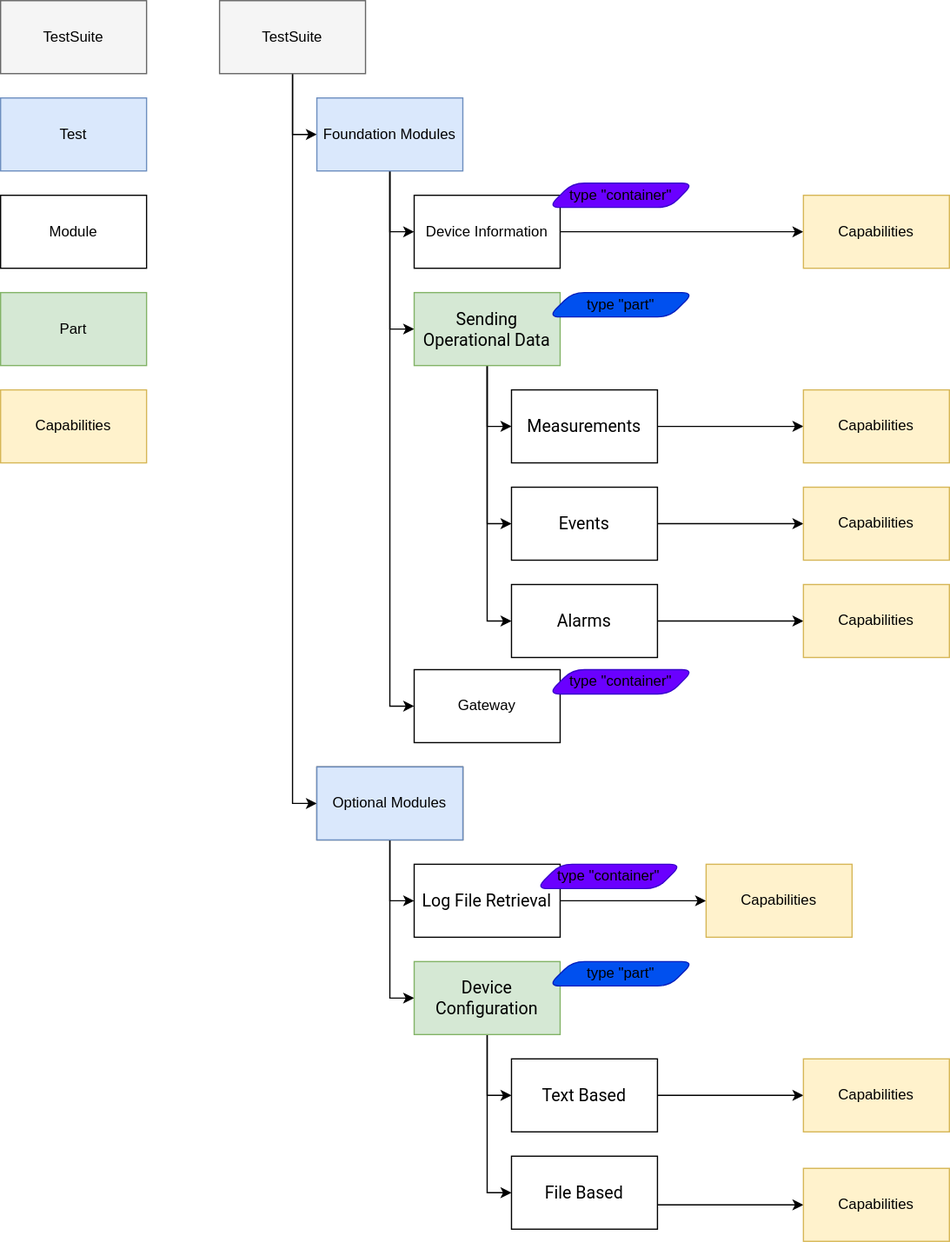
SoftwareAG/cumulocity-self-service-certification keeps this draw.io diagram as docs/media/model.drawio.svg. Above is the earlier version. Source tidied: cells renumbered, new cells last; positions are measured from the earlier drawing's top-left corner, leaving out a move shared by most shapes.
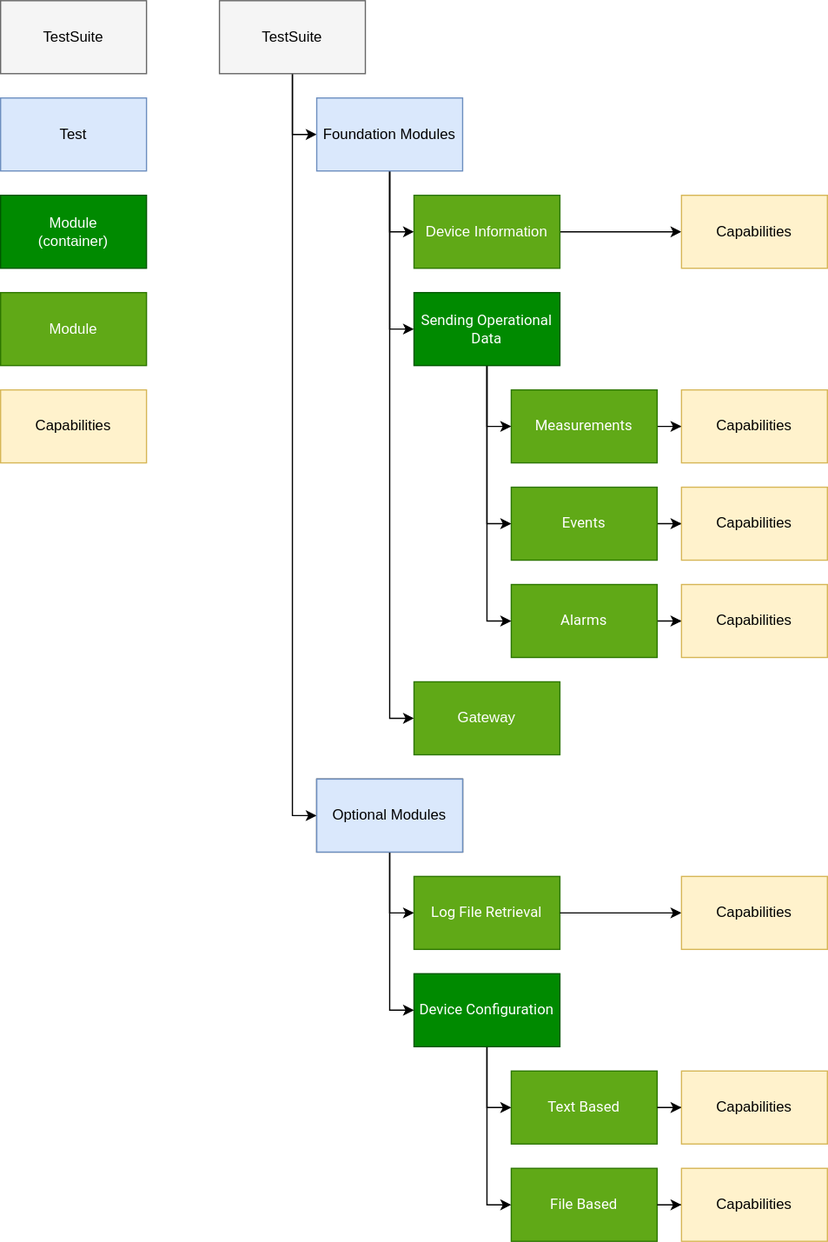
The same diagram one commit later.

Commit message:
adjusted informationmodel and related diagram due to proposed change in module/parts layer

Diff of the diagram source:
```diff
@@ -27,49 +27,49 @@
       <mxGeometry relative="1" as="geometry" />
     </mxCell>
     <mxCell id="10" value="Optional Modules" style="rounded=0;whiteSpace=wrap;html=1;fontColor=#000000;" parent="1" vertex="1">
-      <mxGeometry x="260" y="630" width="120" height="60" as="geometry" />
+      <mxGeometry x="260" y="640" width="120" height="60" as="geometry" />
     </mxCell>
     <mxCell id="11" style="edgeStyle=orthogonalEdgeStyle;rounded=0;jettySize=auto;html=1;fontColor=#000000;" parent="1" edge="1" source="12" target="22">
       <mxGeometry relative="1" as="geometry" />
     </mxCell>
-    <mxCell id="12" value="Device Information" style="rounded=0;whiteSpace=wrap;html=1;fontColor=#000000;" parent="1" vertex="1">
+    <mxCell id="12" value="Device Information" style="rounded=0;whiteSpace=wrap;html=1;fontColor=#ffffff;fillColor=#60a917;strokeColor=#2D7600;" parent="1" vertex="1">
       <mxGeometry x="340" y="160" width="120" height="60" as="geometry" />
     </mxCell>
     <mxCell id="13" style="edgeStyle=orthogonalEdgeStyle;rounded=0;jettySize=auto;html=1;fontColor=#000000;" parent="1" edge="1" source="14" target="29">
       <mxGeometry relative="1" as="geometry" />
     </mxCell>
-    <mxCell id="14" value="&lt;span style=&quot;font-family: roboto, helvetica, arial, sans-serif; font-size: 14px; text-align: left;&quot;&gt;Measurements&lt;/span&gt;" style="rounded=0;whiteSpace=wrap;html=1;fontColor=#000000;" parent="1" vertex="1">
+    <mxCell id="14" value="&lt;span style=&quot;font-family: roboto, helvetica, arial, sans-serif; font-size: 12px; text-align: left;&quot;&gt;Measurements&lt;/span&gt;" style="rounded=0;whiteSpace=wrap;html=1;fontColor=#ffffff;fillColor=#60a917;strokeColor=#2D7600;fontSize=12;" parent="1" vertex="1">
       <mxGeometry x="420" y="320" width="120" height="60" as="geometry" />
     </mxCell>
-    <mxCell id="15" value="&lt;span style=&quot;font-family: roboto, helvetica, arial, sans-serif; font-size: 14px; text-align: left;&quot;&gt;Log File Retrieval&lt;/span&gt;" style="rounded=0;whiteSpace=wrap;html=1;fontColor=#000000;" parent="1" vertex="1">
-      <mxGeometry x="340" y="710" width="120" height="60" as="geometry" />
+    <mxCell id="15" value="&lt;span style=&quot;font-family: roboto, helvetica, arial, sans-serif; font-size: 12px; text-align: left;&quot;&gt;Log File Retrieval&lt;/span&gt;" style="rounded=0;whiteSpace=wrap;html=1;fontColor=#ffffff;fillColor=#60a917;strokeColor=#2D7600;fontSize=12;" parent="1" vertex="1">
+      <mxGeometry x="340" y="720" width="120" height="60" as="geometry" />
     </mxCell>
-    <mxCell id="16" value="&lt;span style=&quot;font-family: roboto, helvetica, arial, sans-serif; font-size: 14px; text-align: left;&quot;&gt;Text Based&lt;/span&gt;" style="rounded=0;whiteSpace=wrap;html=1;fontColor=#000000;" parent="1" vertex="1">
-      <mxGeometry x="420" y="870" width="120" height="60" as="geometry" />
+    <mxCell id="16" value="&lt;span style=&quot;font-family: roboto, helvetica, arial, sans-serif; font-size: 12px; text-align: left;&quot;&gt;Text Based&lt;/span&gt;" style="rounded=0;whiteSpace=wrap;html=1;fontColor=#ffffff;fillColor=#60a917;strokeColor=#2D7600;fontSize=12;" parent="1" vertex="1">
+      <mxGeometry x="420" y="880" width="120" height="60" as="geometry" />
     </mxCell>
-    <mxCell id="17" value="&lt;span style=&quot;font-family: roboto, helvetica, arial, sans-serif; font-size: 14px; text-align: left;&quot;&gt;File Based&lt;/span&gt;" style="rounded=0;whiteSpace=wrap;html=1;fontColor=#000000;" parent="1" vertex="1">
-      <mxGeometry x="420" y="950" width="120" height="60" as="geometry" />
+    <mxCell id="17" value="&lt;span style=&quot;font-family: roboto, helvetica, arial, sans-serif; font-size: 12px; text-align: left;&quot;&gt;File Based&lt;/span&gt;" style="rounded=0;whiteSpace=wrap;html=1;fontColor=#ffffff;fillColor=#60a917;strokeColor=#2D7600;fontSize=12;" parent="1" vertex="1">
+      <mxGeometry x="420" y="960" width="120" height="60" as="geometry" />
     </mxCell>
     <mxCell id="18" style="edgeStyle=orthogonalEdgeStyle;rounded=0;jettySize=auto;html=1;fontColor=#000000;" parent="1" edge="1" source="19" target="33">
       <mxGeometry relative="1" as="geometry" />
     </mxCell>
-    <mxCell id="19" value="&lt;span style=&quot;font-family: roboto, helvetica, arial, sans-serif; font-size: 14px; text-align: left;&quot;&gt;Events&lt;/span&gt;" style="rounded=0;whiteSpace=wrap;html=1;fontColor=#000000;" parent="1" vertex="1">
+    <mxCell id="19" value="&lt;span style=&quot;font-family: roboto, helvetica, arial, sans-serif; font-size: 12px; text-align: left;&quot;&gt;Events&lt;/span&gt;" style="rounded=0;whiteSpace=wrap;html=1;fontColor=#ffffff;fillColor=#60a917;strokeColor=#2D7600;fontSize=12;" parent="1" vertex="1">
       <mxGeometry x="420" y="400" width="120" height="60" as="geometry" />
     </mxCell>
     <mxCell id="20" style="edgeStyle=orthogonalEdgeStyle;rounded=0;jettySize=auto;html=1;fontColor=#000000;" parent="1" edge="1" source="21" target="34">
       <mxGeometry relative="1" as="geometry" />
     </mxCell>
-    <mxCell id="21" value="&lt;span style=&quot;font-family: roboto, helvetica, arial, sans-serif; font-size: 14px; text-align: left;&quot;&gt;Alarms&lt;/span&gt;" style="rounded=0;whiteSpace=wrap;html=1;fontColor=#000000;" parent="1" vertex="1">
+    <mxCell id="21" value="&lt;span style=&quot;font-family: roboto, helvetica, arial, sans-serif; font-size: 12px; text-align: left;&quot;&gt;Alarms&lt;/span&gt;" style="rounded=0;whiteSpace=wrap;html=1;fontColor=#ffffff;fillColor=#60a917;strokeColor=#2D7600;fontSize=12;" parent="1" vertex="1">
       <mxGeometry x="420" y="480" width="120" height="60" as="geometry" />
     </mxCell>
     <mxCell id="22" value="Capabilities" style="rounded=0;whiteSpace=wrap;html=1;fillColor=#fff2cc;strokeColor=#d6b656;fontColor=#000000;" parent="1" vertex="1">
-      <mxGeometry x="660" y="160" width="120" height="60" as="geometry" />
+      <mxGeometry x="560" y="160" width="120" height="60" as="geometry" />
     </mxCell>
     <mxCell id="23" style="edgeStyle=orthogonalEdgeStyle;rounded=0;jettySize=auto;html=1;entryX=0;entryY=0.5;entryDx=0;entryDy=0;fontColor=#000000;" parent="1" edge="1" source="24" target="32">
       <mxGeometry relative="1" as="geometry" />
     </mxCell>
-    <mxCell id="24" value="Optional Modules" style="rounded=0;whiteSpace=wrap;html=1;fillColor=#dae8fc;strokeColor=#6c8ebf;fontColor=#000000;" parent="1" vertex="1">
-      <mxGeometry x="260" y="630" width="120" height="60" as="geometry" />
+    <mxCell id="24" value="Optional Modules" style="rounded=0;whiteSpace=wrap;html=1;fillColor=#dae8fc;strokeColor=#6c8ebf;fontColor=#000000;fontSize=12;" parent="1" vertex="1">
+      <mxGeometry x="260" y="640" width="120" height="60" as="geometry" />
     </mxCell>
     <mxCell id="25" style="edgeStyle=orthogonalEdgeStyle;rounded=0;jettySize=auto;html=1;entryX=0;entryY=0.5;entryDx=0;entryDy=0;fontColor=#000000;" parent="1" edge="1" source="28" target="14">
       <mxGeometry relative="1" as="geometry" />
@@ -80,11 +80,11 @@
     <mxCell id="27" style="edgeStyle=orthogonalEdgeStyle;rounded=0;jettySize=auto;html=1;entryX=0;entryY=0.5;entryDx=0;entryDy=0;fontColor=#000000;" parent="1" edge="1" source="28" target="21">
       <mxGeometry relative="1" as="geometry" />
     </mxCell>
-    <mxCell id="28" value="&lt;span style=&quot;font-family: roboto, helvetica, arial, sans-serif; font-size: 14px; text-align: left;&quot;&gt;Sending Operational Data&lt;/span&gt;" style="rounded=0;whiteSpace=wrap;html=1;fillColor=#d5e8d4;strokeColor=#82b366;fontColor=#000000;" parent="1" vertex="1">
+    <mxCell id="28" value="&lt;span style=&quot;font-family: roboto, helvetica, arial, sans-serif; font-size: 12px; text-align: left;&quot;&gt;Sending Operational Data&lt;/span&gt;" style="rounded=0;whiteSpace=wrap;html=1;fillColor=#008a00;strokeColor=#005700;fontColor=#ffffff;fontSize=12;" parent="1" vertex="1">
       <mxGeometry x="340" y="240" width="120" height="60" as="geometry" />
     </mxCell>
     <mxCell id="29" value="Capabilities" style="rounded=0;whiteSpace=wrap;html=1;fillColor=#fff2cc;strokeColor=#d6b656;fontColor=#000000;" parent="1" vertex="1">
-      <mxGeometry x="660" y="320" width="120" height="60" as="geometry" />
+      <mxGeometry x="560" y="320" width="120" height="60" as="geometry" />
     </mxCell>
     <mxCell id="30" style="edgeStyle=orthogonalEdgeStyle;rounded=0;jettySize=auto;html=1;entryX=0;entryY=0.5;entryDx=0;entryDy=0;fontColor=#000000;" parent="1" edge="1" source="32" target="16">
       <mxGeometry relative="1" as="geometry" />
@@ -92,68 +92,51 @@
     <mxCell id="31" style="edgeStyle=orthogonalEdgeStyle;rounded=0;jettySize=auto;html=1;entryX=0;entryY=0.5;entryDx=0;entryDy=0;fontColor=#000000;" parent="1" edge="1" source="32" target="17">
       <mxGeometry relative="1" as="geometry" />
     </mxCell>
-    <mxCell id="32" value="&lt;span style=&quot;font-family: roboto, helvetica, arial, sans-serif; font-size: 14px; text-align: left;&quot;&gt;Device Configuration&lt;/span&gt;" style="rounded=0;whiteSpace=wrap;html=1;fillColor=#d5e8d4;strokeColor=#82b366;fontColor=#000000;" parent="1" vertex="1">
-      <mxGeometry x="340" y="790" width="120" height="60" as="geometry" />
+    <mxCell id="32" value="&lt;span style=&quot;font-family: roboto, helvetica, arial, sans-serif; font-size: 12px; text-align: left;&quot;&gt;Device Configuration&lt;/span&gt;" style="rounded=0;whiteSpace=wrap;html=1;fillColor=#008a00;strokeColor=#005700;fontColor=#ffffff;fontSize=12;" parent="1" vertex="1">
+      <mxGeometry x="340" y="800" width="120" height="60" as="geometry" />
     </mxCell>
     <mxCell id="33" value="Capabilities" style="rounded=0;whiteSpace=wrap;html=1;fillColor=#fff2cc;strokeColor=#d6b656;fontColor=#000000;" parent="1" vertex="1">
-      <mxGeometry x="660" y="400" width="120" height="60" as="geometry" />
+      <mxGeometry x="560" y="400" width="120" height="60" as="geometry" />
     </mxCell>
     <mxCell id="34" value="Capabilities" style="rounded=0;whiteSpace=wrap;html=1;fillColor=#fff2cc;strokeColor=#d6b656;fontColor=#000000;" parent="1" vertex="1">
-      <mxGeometry x="660" y="480" width="120" height="60" as="geometry" />
+      <mxGeometry x="560" y="480" width="120" height="60" as="geometry" />
     </mxCell>
-    <mxCell id="35" value="Gateway" style="rounded=0;whiteSpace=wrap;html=1;fontColor=#000000;" parent="1" vertex="1">
-      <mxGeometry x="340" y="550" width="120" height="60" as="geometry" />
+    <mxCell id="35" value="Gateway" style="rounded=0;whiteSpace=wrap;html=1;fontColor=#ffffff;fillColor=#60a917;strokeColor=#2D7600;" parent="1" vertex="1">
+      <mxGeometry x="340" y="560" width="120" height="60" as="geometry" />
     </mxCell>
-    <mxCell id="36" value="&lt;span style=&quot;color: rgb(0 , 0 , 0) ; text-align: left&quot;&gt;type &quot;container&quot;&lt;/span&gt;" style="shape=parallelogram;perimeter=parallelogramPerimeter;whiteSpace=wrap;html=1;fixedSize=1;rounded=1;fillColor=#6a00ff;strokeColor=#3700CC;fontColor=#ffffff;" parent="1" vertex="1">
-      <mxGeometry x="450" y="150" width="120" height="20" as="geometry" />
-    </mxCell>
-    <mxCell id="37" value="&lt;span style=&quot;color: rgb(0 , 0 , 0) ; text-align: left&quot;&gt;type &quot;part&quot;&lt;/span&gt;" style="shape=parallelogram;perimeter=parallelogramPerimeter;whiteSpace=wrap;html=1;fixedSize=1;rounded=1;fillColor=#0050ef;strokeColor=#001DBC;fontColor=#ffffff;" parent="1" vertex="1">
-      <mxGeometry x="450" y="240" width="120" height="20" as="geometry" />
-    </mxCell>
-    <mxCell id="38" value="&lt;span style=&quot;color: rgb(0 , 0 , 0) ; text-align: left&quot;&gt;type &quot;container&quot;&lt;/span&gt;" style="shape=parallelogram;perimeter=parallelogramPerimeter;whiteSpace=wrap;html=1;fixedSize=1;rounded=1;fillColor=#6a00ff;strokeColor=#3700CC;fontColor=#ffffff;" parent="1" vertex="1">
-      <mxGeometry x="450" y="550" width="120" height="20" as="geometry" />
-    </mxCell>
-    <mxCell id="39" value="&lt;span style=&quot;color: rgb(0 , 0 , 0) ; text-align: left&quot;&gt;type &quot;container&quot;&lt;/span&gt;" style="shape=parallelogram;perimeter=parallelogramPerimeter;whiteSpace=wrap;html=1;fixedSize=1;rounded=1;fillColor=#6a00ff;strokeColor=#3700CC;fontColor=#ffffff;" parent="1" vertex="1">
-      <mxGeometry x="440" y="710" width="120" height="20" as="geometry" />
-    </mxCell>
-    <mxCell id="40" value="&lt;span style=&quot;color: rgb(0 , 0 , 0) ; text-align: left&quot;&gt;type &quot;part&quot;&lt;/span&gt;" style="shape=parallelogram;perimeter=parallelogramPerimeter;whiteSpace=wrap;html=1;fixedSize=1;rounded=1;fillColor=#0050ef;strokeColor=#001DBC;fontColor=#ffffff;" parent="1" vertex="1">
-      <mxGeometry x="450" y="790" width="120" height="20" as="geometry" />
-    </mxCell>
     <mxCell id="41" style="edgeStyle=orthogonalEdgeStyle;rounded=0;jettySize=auto;html=1;fontColor=#000000;" parent="1" edge="1" target="42">
       <mxGeometry relative="1" as="geometry">
-        <mxPoint x="540" y="900" as="sourcePoint" />
+        <mxPoint x="540" y="910" as="sourcePoint" />
       </mxGeometry>
     </mxCell>
     <mxCell id="42" value="Capabilities" style="rounded=0;whiteSpace=wrap;html=1;fillColor=#fff2cc;strokeColor=#d6b656;fontColor=#000000;" parent="1" vertex="1">
-      <mxGeometry x="660" y="870" width="120" height="60" as="geometry" />
+      <mxGeometry x="560" y="880" width="120" height="60" as="geometry" />
     </mxCell>
-    <mxCell id="43" style="edgeStyle=orthogonalEdgeStyle;rounded=0;jettySize=auto;html=1;fontColor=#000000;" parent="1" edge="1" target="44">
-      <mxGeometry relative="1" as="geometry">
-        <mxPoint x="540" y="990" as="sourcePoint" />
-      </mxGeometry>
+    <mxCell id="43" style="edgeStyle=orthogonalEdgeStyle;rounded=0;jettySize=auto;html=1;fontColor=#000000;exitX=1;exitY=0.5;exitDx=0;exitDy=0;" parent="1" edge="1" source="17" target="44">
+      <mxGeometry relative="1" as="geometry" />
     </mxCell>
     <mxCell id="44" value="Capabilities" style="rounded=0;whiteSpace=wrap;html=1;fillColor=#fff2cc;strokeColor=#d6b656;fontColor=#000000;" parent="1" vertex="1">
-      <mxGeometry x="660" y="960" width="120" height="60" as="geometry" />
+      <mxGeometry x="560" y="960" width="120" height="60" as="geometry" />
     </mxCell>
     <mxCell id="45" style="edgeStyle=orthogonalEdgeStyle;rounded=0;jettySize=auto;html=1;fontColor=#000000;" parent="1" edge="1" target="46">
       <mxGeometry relative="1" as="geometry">
-        <mxPoint x="460" y="740" as="sourcePoint" />
+        <mxPoint x="460" y="750" as="sourcePoint" />
       </mxGeometry>
     </mxCell>
     <mxCell id="46" value="Capabilities" style="rounded=0;whiteSpace=wrap;html=1;fillColor=#fff2cc;strokeColor=#d6b656;fontColor=#000000;" parent="1" vertex="1">
-      <mxGeometry x="580" y="710" width="120" height="60" as="geometry" />
+      <mxGeometry x="560" y="720" width="120" height="60" as="geometry" />
     </mxCell>
     <mxCell id="47" value="Test" style="rounded=0;whiteSpace=wrap;html=1;fillColor=#dae8fc;strokeColor=#6c8ebf;fontColor=#000000;" parent="1" vertex="1">
       <mxGeometry y="80" width="120" height="60" as="geometry" />
     </mxCell>
-    <mxCell id="48" value="Module" style="rounded=0;whiteSpace=wrap;html=1;fontColor=#000000;" parent="1" vertex="1">
-      <mxGeometry y="160" width="120" height="60" as="geometry" />
+    <mxCell id="48" value="Module" style="rounded=0;whiteSpace=wrap;html=1;fontColor=#ffffff;fillColor=#60a917;strokeColor=#2D7600;" parent="1" vertex="1">
+      <mxGeometry y="240" width="120" height="60" as="geometry" />
     </mxCell>
     <mxCell id="49" value="Capabilities" style="rounded=0;whiteSpace=wrap;html=1;fillColor=#fff2cc;strokeColor=#d6b656;fontColor=#000000;" parent="1" vertex="1">
       <mxGeometry y="320" width="120" height="60" as="geometry" />
     </mxCell>
-    <mxCell id="50" value="Part" style="rounded=0;whiteSpace=wrap;html=1;fillColor=#d5e8d4;strokeColor=#82b366;fontColor=#000000;" parent="1" vertex="1">
-      <mxGeometry y="240" width="120" height="60" as="geometry" />
+    <mxCell id="50" value="Module&lt;br&gt;(container)" style="rounded=0;whiteSpace=wrap;html=1;fillColor=#008a00;strokeColor=#005700;fontColor=#ffffff;" parent="1" vertex="1">
+      <mxGeometry y="160" width="120" height="60" as="geometry" />
     </mxCell>
     <mxCell id="51" value="TestSuite" style="rounded=0;whiteSpace=wrap;html=1;fillColor=#f5f5f5;strokeColor=#666666;fontColor=#000000;" parent="1" vertex="1">
       <mxGeometry width="120" height="60" as="geometry" />
```
